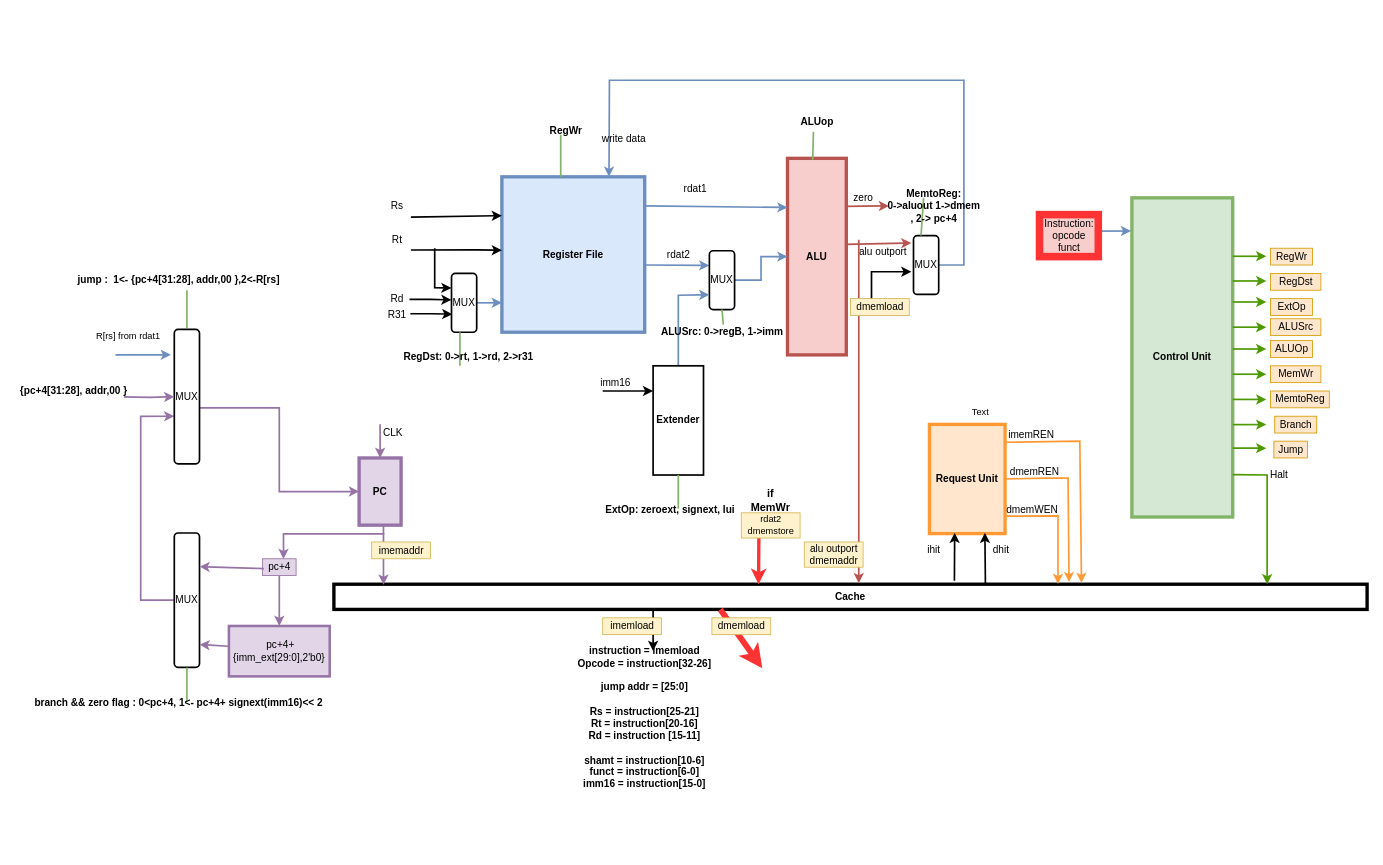
Before: single_cycle.drawio in vickyfyq/ece437, a draw.io diagram. Source tidied: cells renumbered, new cells numbered last; positions are measured from the earlier drawing's top-left corner, leaving out a move shared by most shapes. Both pictures are drawn from the tidied source at 84%, with x=0, y=0 at pixel (14, 80).
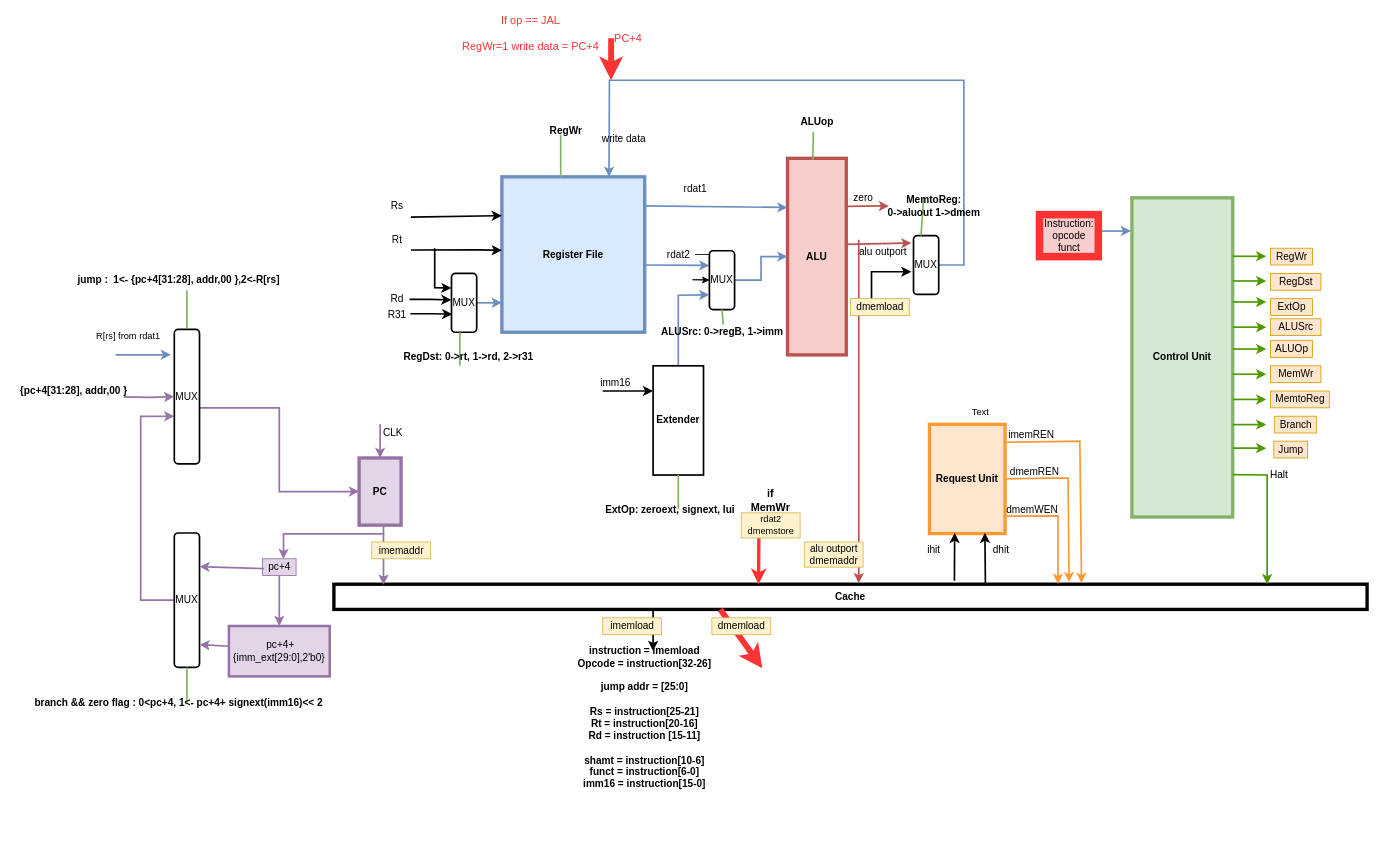
The same diagram, later.

The change refers to these unchanged cells:
```xml
<mxCell id="47" value="rdat2" style="text;html=1;align=center;verticalAlign=middle;points=[];strokeColor=none;fillColor=none;fontColor=#000000;" parent="1" vertex="1">
  <mxGeometry x="770" y="197.5" width="40" height="20" as="geometry" />
</mxCell>
<mxCell id="65" value="MUX" style="rounded=1;whiteSpace=wrap;html=1;strokeWidth=2;" parent="1" vertex="1">
  <mxGeometry x="827" y="203" width="30" height="70" as="geometry" />
</mxCell>
```

The edit, as a diff of the source:
```diff
@@
+    <mxCell id="116" style="edgeStyle=orthogonalEdgeStyle;rounded=0;jettySize=auto;html=1;" parent="1" edge="1" source="47" target="65">
+      <mxGeometry relative="1" as="geometry" />
+    </mxCell>
@@
-    <mxCell id="87" value="&lt;div&gt;MemtoReg:&lt;/div&gt;&lt;div&gt; 0-&amp;gt;aluout 1-&amp;gt;dmem&lt;/div&gt;, 2-&amp;gt; pc+4" style="text;html=1;align=center;verticalAlign=middle;strokeColor=none;fillColor=none;fontColor=#000000;strokeWidth=1;fontStyle=1;" parent="1" vertex="1">
-      <mxGeometry x="1029" y="125" width="130" height="50" as="geometry" />
+    <mxCell id="87" value="&lt;div&gt;MemtoReg:&lt;/div&gt;&lt;div&gt; 0-&amp;gt;aluout 1-&amp;gt;dmem&lt;/div&gt;" style="text;html=1;align=center;verticalAlign=middle;strokeColor=none;fillColor=none;fontColor=#000000;strokeWidth=1;fontStyle=1;" parent="1" vertex="1">
+      <mxGeometry x="1029" y="135" width="130" height="30" as="geometry" />
     </mxCell>
@@
+    <mxCell id="117" style="endArrow=classic;html=1;rounded=0;labelBackgroundColor=default;fontFamily=Helvetica;fontSize=13;fontColor=#FF3333;strokeColor=#FF3333;strokeWidth=7;fillColor=#e1d5e7;shape=connector;" parent="1" edge="1">
+      <mxGeometry relative="1" as="geometry">
+        <mxPoint x="710" y="-50" as="sourcePoint" />
+        <mxPoint x="710" as="targetPoint" />
+      </mxGeometry>
+    </mxCell>
+    <mxCell id="118" value="PC+4" style="text;html=1;align=center;verticalAlign=middle;strokeColor=none;fillColor=none;fontSize=13;fontFamily=Helvetica;fontColor=#FF3333;" parent="1" vertex="1">
+      <mxGeometry x="705" y="-60" width="50" height="20" as="geometry" />
+    </mxCell>
+    <mxCell id="119" value="&lt;div&gt;If op == JAL&lt;/div&gt;&lt;div&gt;&lt;br&gt;&lt;/div&gt;RegWr=1 write data = PC+4" style="text;html=1;strokeColor=none;fillColor=none;align=center;verticalAlign=middle;whiteSpace=wrap;rounded=0;fontFamily=Helvetica;fontSize=13;fontColor=#FF3333;" parent="1" vertex="1">
+      <mxGeometry x="529" y="-70" width="171" height="30" as="geometry" />
+    </mxCell>
```
